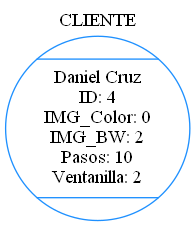
This is [EDD]PROYECTO_FASE1_202010223/Reporte4.png from LuisBarrera23/EDD_PROYECTO_FASE1_202010223, a Graphviz export, as it was before one commit. Its source is kept beside it as [EDD]PROYECTO_FASE1_202010223/Reporte4.dot.
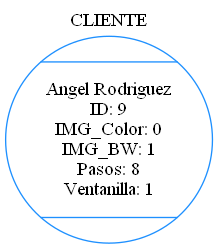
Above is the later version.

What changed in the source:
```diff
@@ -2,6 +2,6 @@
 label="CLIENTE";
 labelloc = "t"
 node [shape=Mcircle,color=dodgerblue1];
-cliente1915910607[label="Daniel Cruz\nID: 4\nIMG_Color: 0\nIMG_BW: 2\nPasos: 10\nVentanilla: 2", width=1.5,height=1.5];
+cliente495053715[label="Angel Rodriguez\nID: 9\nIMG_Color: 0\nIMG_BW: 1\nPasos: 8\nVentanilla: 1", width=1.5,height=1.5];
 
 }
```
